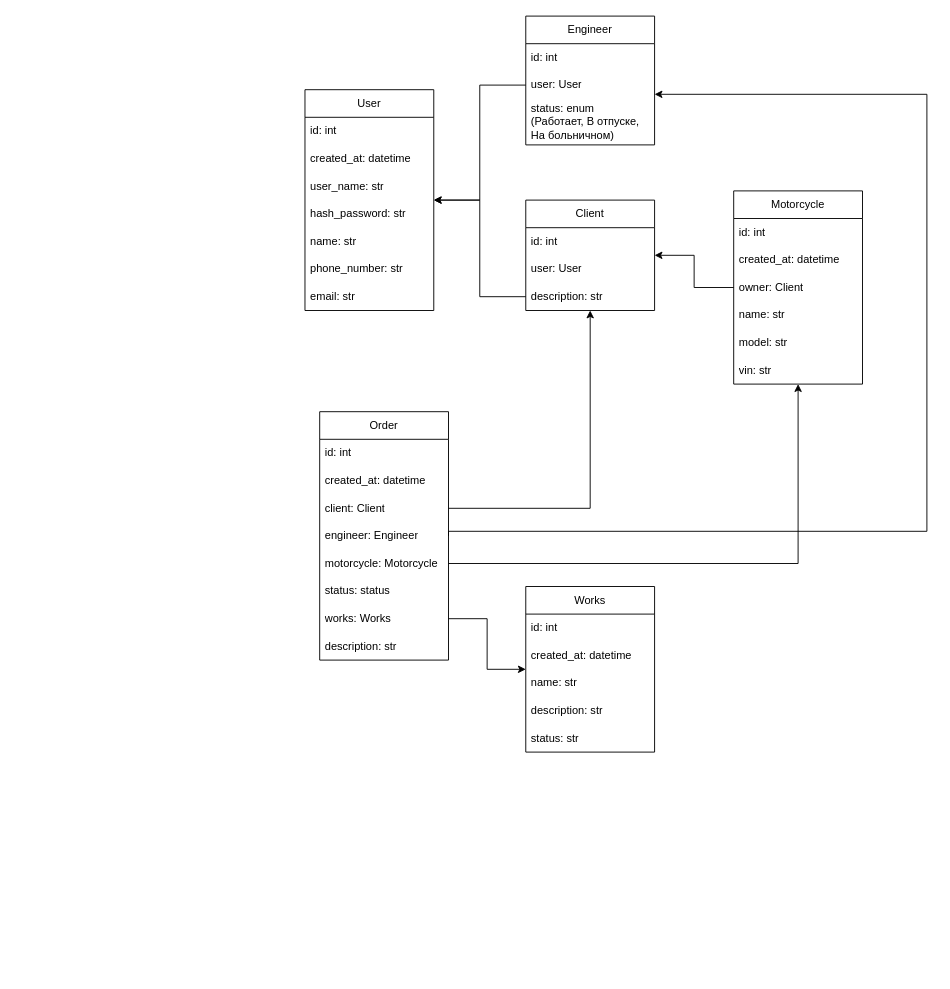
This is docs/TrueGarage_diagram.drawio from G-Man404/TrueGarageApp, a draw.io file, before an edit. Source tidied: cells renumbered, new cells numbered last; positions are measured from the earlier drawing's top-left corner, leaving out a move shared by most shapes. Both pictures are drawn from the tidied source at 92%, with x=0, y=0 at pixel (305, 16).
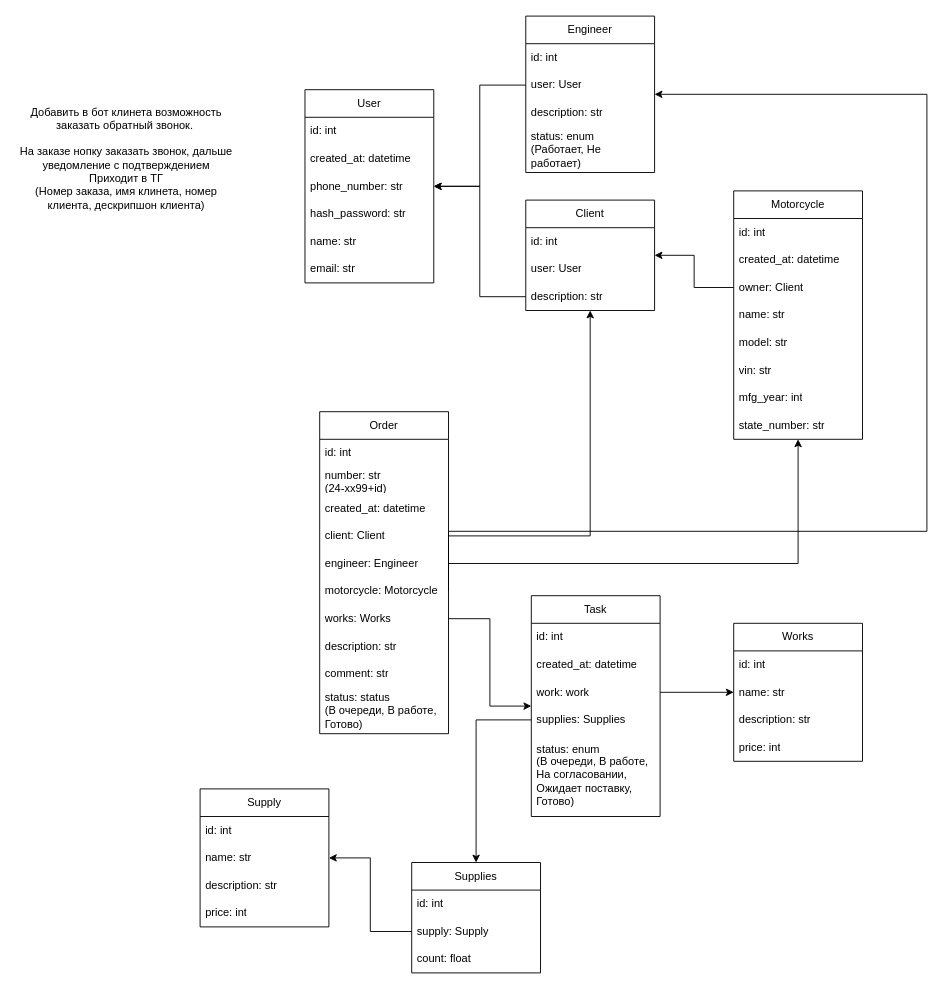
The same diagram, later.

Unchanged cells that the change refers to:
```xml
<mxCell id="35" value="works: Works" style="text;strokeColor=none;fillColor=none;align=left;verticalAlign=middle;spacingLeft=4;spacingRight=4;overflow=hidden;points=[[0,0.5],[1,0.5]];portConstraint=eastwest;whiteSpace=wrap;html=1;" parent="28" vertex="1">
  <mxGeometry y="210" width="140" height="30" as="geometry" />
</mxCell>
```

Change to the diagram source:
```diff
@@
     <mxCell id="2" value="User" style="swimlane;fontStyle=0;horizontal=1;startSize=30;whiteSpace=wrap;html=1;" parent="1" vertex="1">
-      <mxGeometry y="80" width="140" height="240" as="geometry" />
+      <mxGeometry y="80" width="140" height="210" as="geometry" />
     </mxCell>
@@
-    <mxCell id="5" value="user_name: str" style="text;strokeColor=none;fillColor=none;align=left;verticalAlign=middle;spacingLeft=4;spacingRight=4;overflow=hidden;whiteSpace=wrap;html=1;" parent="2" vertex="1">
-      <mxGeometry y="90" width="140" height="30" as="geometry" />
-    </mxCell>
+    <mxCell id="8" value="phone_number: str" style="text;strokeColor=none;fillColor=none;align=left;verticalAlign=middle;spacingLeft=4;spacingRight=4;overflow=hidden;whiteSpace=wrap;html=1;" parent="2" vertex="1">
+      <mxGeometry y="90" width="140" height="30" as="geometry" />
+    </mxCell>
@@
-    <mxCell id="8" value="phone_number: str" style="text;strokeColor=none;fillColor=none;align=left;verticalAlign=middle;spacingLeft=4;spacingRight=4;overflow=hidden;whiteSpace=wrap;html=1;" parent="2" vertex="1">
-      <mxGeometry y="180" width="140" height="30" as="geometry" />
-    </mxCell>
     <mxCell id="9" value="email: str" style="text;strokeColor=none;fillColor=none;align=left;verticalAlign=middle;spacingLeft=4;spacingRight=4;overflow=hidden;whiteSpace=wrap;html=1;" parent="2" vertex="1">
-      <mxGeometry y="210" width="140" height="30" as="geometry" />
+      <mxGeometry y="180" width="140" height="30" as="geometry" />
     </mxCell>
     <mxCell id="10" value="&lt;div&gt;Engineer&lt;br&gt;&lt;/div&gt;" style="swimlane;fontStyle=0;horizontal=1;startSize=30;whiteSpace=wrap;html=1;" parent="1" vertex="1">
-      <mxGeometry x="240" width="140" height="140" as="geometry" />
+      <mxGeometry x="240" width="140" height="170" as="geometry" />
     </mxCell>
@@
+    <mxCell id="47" value="description: str" style="text;strokeColor=none;fillColor=none;align=left;verticalAlign=middle;spacingLeft=4;spacingRight=4;overflow=hidden;whiteSpace=wrap;html=1;" parent="10" vertex="1">
+      <mxGeometry y="90" width="140" height="30" as="geometry" />
+    </mxCell>
-    <mxCell id="13" value="status: enum&lt;br&gt;(Работает, В отпуске, На больничном)" style="text;strokeColor=none;fillColor=none;align=left;verticalAlign=middle;spacingLeft=4;spacingRight=4;overflow=hidden;whiteSpace=wrap;html=1;" parent="10" vertex="1">
-      <mxGeometry y="90" width="140" height="50" as="geometry" />
+    <mxCell id="13" value="status: enum&lt;br&gt;(Работает, Не работает)" style="text;strokeColor=none;fillColor=none;align=left;verticalAlign=middle;spacingLeft=4;spacingRight=4;overflow=hidden;whiteSpace=wrap;html=1;" parent="10" vertex="1">
+      <mxGeometry y="120" width="140" height="50" as="geometry" />
     </mxCell>
@@
     <mxCell id="20" value="&lt;div&gt;Motorcycle&lt;br&gt;&lt;/div&gt;" style="swimlane;fontStyle=0;horizontal=1;startSize=30;whiteSpace=wrap;html=1;" parent="1" vertex="1">
-      <mxGeometry x="466" y="190" width="140" height="210" as="geometry" />
+      <mxGeometry x="466" y="190" width="140" height="270" as="geometry" />
     </mxCell>
@@
+    <mxCell id="48" value="vin: str" style="text;strokeColor=none;fillColor=none;align=left;verticalAlign=middle;spacingLeft=4;spacingRight=4;overflow=hidden;whiteSpace=wrap;html=1;" parent="20" vertex="1">
+      <mxGeometry y="180" width="140" height="30" as="geometry" />
+    </mxCell>
-    <mxCell id="26" value="vin: str" style="text;strokeColor=none;fillColor=none;align=left;verticalAlign=middle;spacingLeft=4;spacingRight=4;overflow=hidden;whiteSpace=wrap;html=1;" parent="20" vertex="1">
-      <mxGeometry y="180" width="140" height="30" as="geometry" />
+    <mxCell id="26" value="mfg_year: int" style="text;strokeColor=none;fillColor=none;align=left;verticalAlign=middle;spacingLeft=4;spacingRight=4;overflow=hidden;whiteSpace=wrap;html=1;" parent="20" vertex="1">
+      <mxGeometry y="210" width="140" height="30" as="geometry" />
     </mxCell>
+    <mxCell id="49" value="state_number: str" style="text;strokeColor=none;fillColor=none;align=left;verticalAlign=middle;spacingLeft=4;spacingRight=4;overflow=hidden;whiteSpace=wrap;html=1;" parent="20" vertex="1">
+      <mxGeometry y="240" width="140" height="30" as="geometry" />
+    </mxCell>
@@
     <mxCell id="28" value="&lt;div&gt;Order&lt;br&gt;&lt;/div&gt;" style="swimlane;fontStyle=0;horizontal=1;startSize=30;whiteSpace=wrap;html=1;" parent="1" vertex="1">
-      <mxGeometry x="16" y="430" width="140" height="270" as="geometry" />
+      <mxGeometry x="16" y="430" width="140" height="350" as="geometry" />
     </mxCell>
@@
+    <mxCell id="50" value="number: str&lt;br&gt;(24-xx99+id)" style="text;strokeColor=none;fillColor=none;align=left;verticalAlign=middle;spacingLeft=4;spacingRight=4;overflow=hidden;whiteSpace=wrap;html=1;" parent="28" vertex="1">
+      <mxGeometry y="60" width="140" height="30" as="geometry" />
+    </mxCell>
     <mxCell id="30" value="created_at: datetime" style="text;strokeColor=none;fillColor=none;align=left;verticalAlign=middle;spacingLeft=4;spacingRight=4;overflow=hidden;whiteSpace=wrap;html=1;" parent="28" vertex="1">
-      <mxGeometry y="60" width="140" height="30" as="geometry" />
+      <mxGeometry y="90" width="140" height="30" as="geometry" />
     </mxCell>
     <mxCell id="31" value="client: Client" style="text;strokeColor=none;fillColor=none;align=left;verticalAlign=middle;spacingLeft=4;spacingRight=4;overflow=hidden;points=[[0,0.5],[1,0.5]];portConstraint=eastwest;whiteSpace=wrap;html=1;" parent="28" vertex="1">
-      <mxGeometry y="90" width="140" height="30" as="geometry" />
+      <mxGeometry y="120" width="140" height="30" as="geometry" />
     </mxCell>
     <mxCell id="32" value="engineer: Engineer" style="text;strokeColor=none;fillColor=none;align=left;verticalAlign=middle;spacingLeft=4;spacingRight=4;overflow=hidden;points=[[0,0.5],[1,0.5]];portConstraint=eastwest;whiteSpace=wrap;html=1;" parent="28" vertex="1">
-      <mxGeometry y="120" width="140" height="30" as="geometry" />
+      <mxGeometry y="150" width="140" height="30" as="geometry" />
     </mxCell>
     <mxCell id="33" value="motorcycle: Motorcycle" style="text;strokeColor=none;fillColor=none;align=left;verticalAlign=middle;spacingLeft=4;spacingRight=4;overflow=hidden;points=[[0,0.5],[1,0.5]];portConstraint=eastwest;whiteSpace=wrap;html=1;" parent="28" vertex="1">
-      <mxGeometry y="150" width="140" height="30" as="geometry" />
+      <mxGeometry y="180" width="140" height="30" as="geometry" />
     </mxCell>
-    <mxCell id="34" value="status: status" style="text;strokeColor=none;fillColor=none;align=left;verticalAlign=middle;spacingLeft=4;spacingRight=4;overflow=hidden;whiteSpace=wrap;html=1;" parent="28" vertex="1">
-      <mxGeometry y="180" width="140" height="30" as="geometry" />
-    </mxCell>
@@
+    <mxCell id="51" value="comment: str" style="text;strokeColor=none;fillColor=none;align=left;verticalAlign=middle;spacingLeft=4;spacingRight=4;overflow=hidden;whiteSpace=wrap;html=1;" parent="28" vertex="1">
+      <mxGeometry y="270" width="140" height="30" as="geometry" />
+    </mxCell>
+    <mxCell id="34" value="status: status&lt;br&gt;(В очереди, В работе,&amp;nbsp;&lt;br&gt;Готово)" style="text;strokeColor=none;fillColor=none;align=left;verticalAlign=middle;spacingLeft=4;spacingRight=4;overflow=hidden;whiteSpace=wrap;html=1;" parent="28" vertex="1">
+      <mxGeometry y="300" width="140" height="50" as="geometry" />
+    </mxCell>
@@
     <mxCell id="40" value="&lt;div&gt;Works&lt;br&gt;&lt;/div&gt;" style="swimlane;fontStyle=0;horizontal=1;startSize=30;whiteSpace=wrap;html=1;" parent="1" vertex="1">
-      <mxGeometry x="240" y="620" width="140" height="180" as="geometry" />
+      <mxGeometry x="466" y="660" width="140" height="150" as="geometry" />
     </mxCell>
@@
-    <mxCell id="42" value="created_at: datetime" style="text;strokeColor=none;fillColor=none;align=left;verticalAlign=middle;spacingLeft=4;spacingRight=4;overflow=hidden;whiteSpace=wrap;html=1;" parent="40" vertex="1">
-      <mxGeometry y="60" width="140" height="30" as="geometry" />
-    </mxCell>
     <mxCell id="43" value="name: str" style="text;strokeColor=none;fillColor=none;align=left;verticalAlign=middle;spacingLeft=4;spacingRight=4;overflow=hidden;whiteSpace=wrap;html=1;" parent="40" vertex="1">
-      <mxGeometry y="90" width="140" height="30" as="geometry" />
+      <mxGeometry y="60" width="140" height="30" as="geometry" />
     </mxCell>
     <mxCell id="44" value="description: str" style="text;strokeColor=none;fillColor=none;align=left;verticalAlign=middle;spacingLeft=4;spacingRight=4;overflow=hidden;whiteSpace=wrap;html=1;" parent="40" vertex="1">
-      <mxGeometry y="120" width="140" height="30" as="geometry" />
+      <mxGeometry y="90" width="140" height="30" as="geometry" />
     </mxCell>
-    <mxCell id="45" value="status: str" style="text;strokeColor=none;fillColor=none;align=left;verticalAlign=middle;spacingLeft=4;spacingRight=4;overflow=hidden;whiteSpace=wrap;html=1;" parent="40" vertex="1">
-      <mxGeometry y="150" width="140" height="30" as="geometry" />
+    <mxCell id="45" value="price: int" style="text;strokeColor=none;fillColor=none;align=left;verticalAlign=middle;spacingLeft=4;spacingRight=4;overflow=hidden;whiteSpace=wrap;html=1;" parent="40" vertex="1">
+      <mxGeometry y="120" width="140" height="30" as="geometry" />
     </mxCell>
-    <mxCell id="46" style="edgeStyle=orthogonalEdgeStyle;rounded=0;jettySize=auto;html=1;exitX=1;exitY=0.5;exitDx=0;exitDy=0;" parent="1" edge="1" source="35" target="40">
-      <mxGeometry relative="1" as="geometry" />
-    </mxCell>
+    <mxCell id="52" value="Task" style="swimlane;fontStyle=0;horizontal=1;startSize=30;whiteSpace=wrap;html=1;" parent="1" vertex="1">
+      <mxGeometry x="246" y="630" width="140" height="240" as="geometry" />
+    </mxCell>
+    <mxCell id="53" value="id: int" style="text;strokeColor=none;fillColor=none;align=left;verticalAlign=middle;spacingLeft=4;spacingRight=4;overflow=hidden;whiteSpace=wrap;html=1;" parent="52" vertex="1">
+      <mxGeometry y="30" width="140" height="30" as="geometry" />
+    </mxCell>
+    <mxCell id="42" value="created_at: datetime" style="text;strokeColor=none;fillColor=none;align=left;verticalAlign=middle;spacingLeft=4;spacingRight=4;overflow=hidden;whiteSpace=wrap;html=1;" parent="52" vertex="1">
+      <mxGeometry y="60" width="140" height="30" as="geometry" />
+    </mxCell>
+    <mxCell id="54" value="work: work" style="text;strokeColor=none;fillColor=none;align=left;verticalAlign=middle;spacingLeft=4;spacingRight=4;overflow=hidden;points=[[0,0.5],[1,0.5]];portConstraint=eastwest;whiteSpace=wrap;html=1;" parent="52" vertex="1">
+      <mxGeometry y="90" width="140" height="30" as="geometry" />
+    </mxCell>
+    <mxCell id="55" value="supplies:&amp;nbsp;Supplies" style="text;strokeColor=none;fillColor=none;align=left;verticalAlign=middle;spacingLeft=4;spacingRight=4;overflow=hidden;points=[[0,0.5],[1,0.5]];portConstraint=eastwest;whiteSpace=wrap;html=1;" parent="52" vertex="1">
+      <mxGeometry y="120" width="140" height="30" as="geometry" />
+    </mxCell>
+    <mxCell id="56" value="status: enum&lt;br&gt;(В очереди, В работе,&amp;nbsp;&lt;br&gt;На согласовании, Ожидает поставку, Готово)" style="text;strokeColor=none;fillColor=none;align=left;verticalAlign=middle;spacingLeft=4;spacingRight=4;overflow=hidden;whiteSpace=wrap;html=1;" parent="52" vertex="1">
+      <mxGeometry y="150" width="140" height="90" as="geometry" />
+    </mxCell>
+    <mxCell id="57" style="edgeStyle=orthogonalEdgeStyle;rounded=0;jettySize=auto;html=1;exitX=1;exitY=0.5;exitDx=0;exitDy=0;" parent="1" edge="1" source="35" target="52">
+      <mxGeometry relative="1" as="geometry" />
+    </mxCell>
+    <mxCell id="58" style="edgeStyle=orthogonalEdgeStyle;rounded=0;jettySize=auto;html=1;exitX=1;exitY=0.5;exitDx=0;exitDy=0;" parent="1" edge="1" source="54" target="40">
+      <mxGeometry relative="1" as="geometry" />
+    </mxCell>
+    <mxCell id="59" value="&lt;div&gt;Supply&lt;br&gt;&lt;/div&gt;" style="swimlane;fontStyle=0;horizontal=1;startSize=30;whiteSpace=wrap;html=1;" parent="1" vertex="1">
+      <mxGeometry x="-114" y="840" width="140" height="150" as="geometry" />
+    </mxCell>
+    <mxCell id="60" value="id: int" style="text;strokeColor=none;fillColor=none;align=left;verticalAlign=middle;spacingLeft=4;spacingRight=4;overflow=hidden;whiteSpace=wrap;html=1;" parent="59" vertex="1">
+      <mxGeometry y="30" width="140" height="30" as="geometry" />
+    </mxCell>
+    <mxCell id="61" value="name: str" style="text;strokeColor=none;fillColor=none;align=left;verticalAlign=middle;spacingLeft=4;spacingRight=4;overflow=hidden;whiteSpace=wrap;html=1;" parent="59" vertex="1">
+      <mxGeometry y="60" width="140" height="30" as="geometry" />
+    </mxCell>
+    <mxCell id="62" value="description: str" style="text;strokeColor=none;fillColor=none;align=left;verticalAlign=middle;spacingLeft=4;spacingRight=4;overflow=hidden;whiteSpace=wrap;html=1;" parent="59" vertex="1">
+      <mxGeometry y="90" width="140" height="30" as="geometry" />
+    </mxCell>
+    <mxCell id="63" value="price: int" style="text;strokeColor=none;fillColor=none;align=left;verticalAlign=middle;spacingLeft=4;spacingRight=4;overflow=hidden;whiteSpace=wrap;html=1;" parent="59" vertex="1">
+      <mxGeometry y="120" width="140" height="30" as="geometry" />
+    </mxCell>
+    <mxCell id="64" value="&lt;div&gt;Supplies&lt;br&gt;&lt;/div&gt;" style="swimlane;fontStyle=0;horizontal=1;startSize=30;whiteSpace=wrap;html=1;" parent="1" vertex="1">
+      <mxGeometry x="116" y="920" width="140" height="120" as="geometry" />
+    </mxCell>
+    <mxCell id="65" value="id: int" style="text;strokeColor=none;fillColor=none;align=left;verticalAlign=middle;spacingLeft=4;spacingRight=4;overflow=hidden;whiteSpace=wrap;html=1;" parent="64" vertex="1">
+      <mxGeometry y="30" width="140" height="30" as="geometry" />
+    </mxCell>
+    <mxCell id="66" value="supply: Supply" style="text;strokeColor=none;fillColor=none;align=left;verticalAlign=middle;spacingLeft=4;spacingRight=4;overflow=hidden;points=[[0,0.5],[1,0.5]];portConstraint=eastwest;whiteSpace=wrap;html=1;" parent="64" vertex="1">
+      <mxGeometry y="60" width="140" height="30" as="geometry" />
+    </mxCell>
+    <mxCell id="67" value="count: float" style="text;strokeColor=none;fillColor=none;align=left;verticalAlign=middle;spacingLeft=4;spacingRight=4;overflow=hidden;whiteSpace=wrap;html=1;" parent="64" vertex="1">
+      <mxGeometry y="90" width="140" height="30" as="geometry" />
+    </mxCell>
+    <mxCell id="68" style="edgeStyle=orthogonalEdgeStyle;rounded=0;jettySize=auto;html=1;exitX=0;exitY=0.5;exitDx=0;exitDy=0;" parent="1" edge="1" source="55" target="64">
+      <mxGeometry relative="1" as="geometry" />
+    </mxCell>
+    <mxCell id="69" style="edgeStyle=orthogonalEdgeStyle;rounded=0;jettySize=auto;html=1;exitX=0;exitY=0.5;exitDx=0;exitDy=0;" parent="1" edge="1" source="66" target="59">
+      <mxGeometry relative="1" as="geometry" />
+    </mxCell>
+    <mxCell id="70" value="Добавить в бот клинета возможность заказать обратный звонок.&amp;nbsp;&lt;br&gt;&lt;br&gt;На заказе нопку заказать звонок, дальше уведомление с подтверждением&lt;br&gt;Приходит в ТГ&lt;br&gt;(Номер заказа, имя клинета, номер клиента, дескрипшон клиента)" style="text;html=1;align=center;verticalAlign=middle;whiteSpace=wrap;rounded=0;" parent="1" vertex="1">
+      <mxGeometry x="-314" y="140" width="240" height="30" as="geometry" />
+    </mxCell>
```
